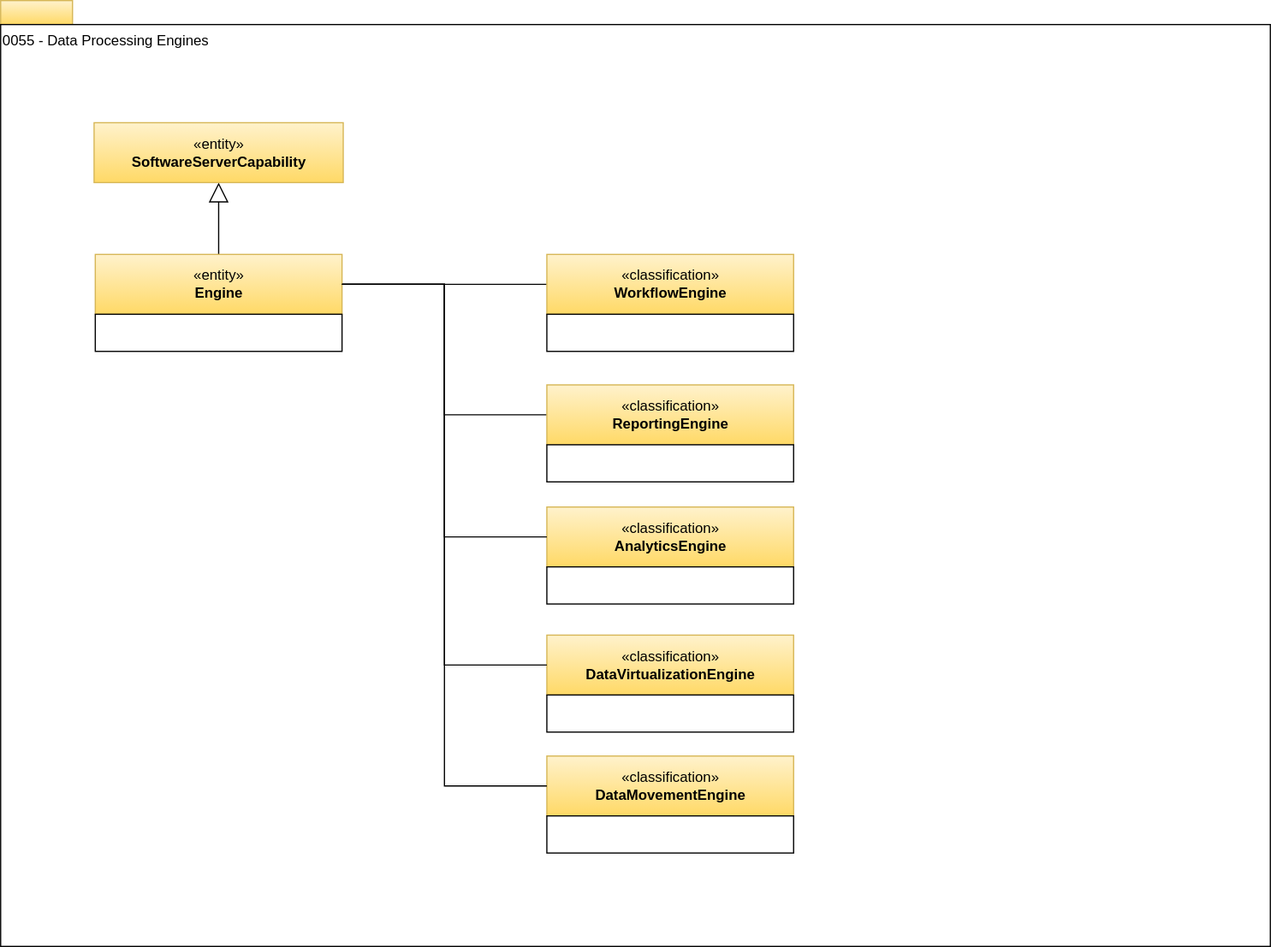
odpi/egeria-docs keeps this draw.io diagram as site/docs/types/0/0055-Data-Processing-Engines.svg. Above is the earlier version. Source tidied: cells renumbered, new cells last; positions are measured from the earlier drawing's top-left corner, leaving out a move shared by most shapes.
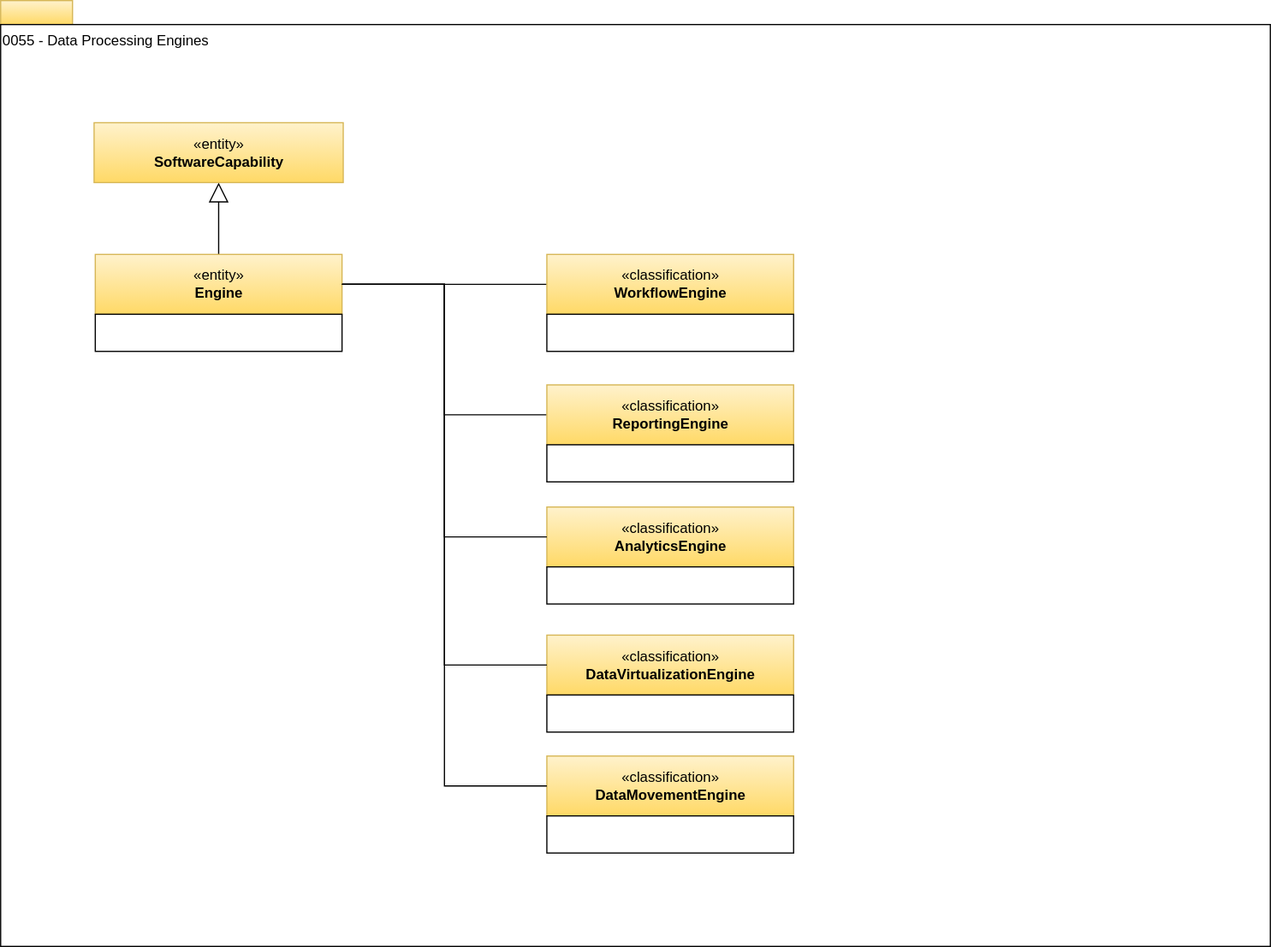
The same file after the commit.

Diff of the diagram source:
```diff
@@ -20,7 +20,7 @@
     <mxCell id="7" style="rounded=0;whiteSpace=wrap;html=1;strokeColor=#000000;gradientColor=#ffffff;align=center;" parent="1" vertex="1">
       <mxGeometry x="79" y="262" width="206" height="31" as="geometry" />
     </mxCell>
-    <mxCell id="8" value="«entity»&lt;br&gt;&lt;b&gt;SoftwareServerCapability&lt;/b&gt;" style="html=1;strokeColor=#d6b656;align=center;fillColor=#fff2cc;gradientColor=#ffd966;" parent="1" vertex="1">
+    <mxCell id="8" value="«entity»&lt;br&gt;&lt;b&gt;SoftwareCapability&lt;/b&gt;" style="html=1;strokeColor=#d6b656;align=center;fillColor=#fff2cc;gradientColor=#ffd966;" parent="1" vertex="1">
       <mxGeometry x="78" y="102" width="208" height="50" as="geometry" />
     </mxCell>
     <mxCell id="9" style="edgeStyle=orthogonalEdgeStyle;rounded=0;jettySize=auto;html=1;exitX=0;exitY=0.5;exitDx=0;exitDy=0;entryX=1;entryY=0.5;entryDx=0;entryDy=0;endArrow=none;endFill=0;" parent="1" edge="1" source="10" target="6">
```
